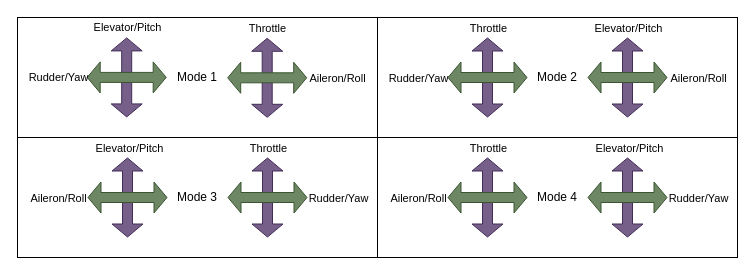
The draw.io diagram src/img/radio_modes.drawio in rumpelst1lzk1n/rumpelst1lzk1n.github.io, before the edit. Source tidied: cells renumbered, new cells numbered last; positions are measured from the earlier drawing's top-left corner, leaving out a move shared by most shapes. Both pictures are drawn from the tidied source at 100%, with x=0, y=0 at pixel (17, 17).
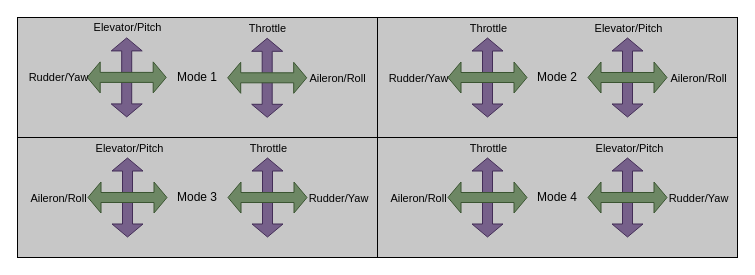
The same page after the edit.

Commit message (it also covers changes not shown here):
add background color

The change refers to these unchanged cells:
```xml
<mxCell id="6" style="shape=flexArrow;endArrow=classic;startArrow=classic;html=1;rounded=0;fillColor=#76608a;endSize=4;startSize=4;arcSize=20;strokeColor=#432D57;" parent="1" edge="1">
  <mxGeometry relative="1" as="geometry">
    <mxPoint x="249.7" y="100.3" as="sourcePoint" />
    <mxPoint x="249.7" y="20.3" as="targetPoint" />
  </mxGeometry>
</mxCell>
<mxCell id="8" style="shape=flexArrow;endArrow=classic;startArrow=classic;html=1;rounded=0;fillColor=#6d8764;endSize=4;startSize=4;arcSize=20;strokeColor=#3A5431;" parent="1" edge="1">
  <mxGeometry relative="1" as="geometry">
    <mxPoint x="209.7" y="60.3" as="sourcePoint" />
    <mxPoint x="289.7" y="60.3" as="targetPoint" />
  </mxGeometry>
</mxCell>
<mxCell id="10" style="shape=flexArrow;endArrow=classic;startArrow=classic;html=1;rounded=0;fillColor=#76608a;endSize=4;startSize=4;arcSize=20;strokeColor=#432D57;" parent="1" edge="1">
  <mxGeometry relative="1" as="geometry">
    <mxPoint x="109.2" y="99.9" as="sourcePoint" />
    <mxPoint x="109.2" y="19.9" as="targetPoint" />
  </mxGeometry>
</mxCell>
<mxCell id="12" style="shape=flexArrow;endArrow=classic;startArrow=classic;html=1;rounded=0;fillColor=#6d8764;endSize=4;startSize=4;arcSize=20;strokeColor=#3A5431;" parent="1" edge="1">
  <mxGeometry relative="1" as="geometry">
    <mxPoint x="69.2" y="59.9" as="sourcePoint" />
    <mxPoint x="149.2" y="59.9" as="targetPoint" />
  </mxGeometry>
</mxCell>
<mxCell id="14" style="shape=flexArrow;endArrow=classic;startArrow=classic;html=1;rounded=0;fillColor=#76608a;endSize=4;startSize=4;arcSize=20;strokeColor=#432D57;" parent="1" edge="1">
  <mxGeometry relative="1" as="geometry">
    <mxPoint x="110" y="220" as="sourcePoint" />
    <mxPoint x="110" y="140" as="targetPoint" />
  </mxGeometry>
</mxCell>
<mxCell id="16" style="shape=flexArrow;endArrow=classic;startArrow=classic;html=1;rounded=0;fillColor=#6d8764;endSize=4;startSize=4;arcSize=20;strokeColor=#3A5431;" parent="1" edge="1">
  <mxGeometry relative="1" as="geometry">
    <mxPoint x="70" y="180" as="sourcePoint" />
    <mxPoint x="150" y="180" as="targetPoint" />
  </mxGeometry>
</mxCell>
<mxCell id="18" style="shape=flexArrow;endArrow=classic;startArrow=classic;html=1;rounded=0;fillColor=#76608a;endSize=4;startSize=4;arcSize=20;strokeColor=#432D57;" parent="1" edge="1">
  <mxGeometry relative="1" as="geometry">
    <mxPoint x="250" y="220" as="sourcePoint" />
    <mxPoint x="250" y="140" as="targetPoint" />
  </mxGeometry>
</mxCell>
<mxCell id="20" style="shape=flexArrow;endArrow=classic;startArrow=classic;html=1;rounded=0;fillColor=#6d8764;endSize=4;startSize=4;arcSize=20;strokeColor=#3A5431;" parent="1" edge="1">
  <mxGeometry relative="1" as="geometry">
    <mxPoint x="210" y="180" as="sourcePoint" />
    <mxPoint x="290" y="180" as="targetPoint" />
  </mxGeometry>
</mxCell>
<mxCell id="22" style="shape=flexArrow;endArrow=classic;startArrow=classic;html=1;rounded=0;fillColor=#76608a;endSize=4;startSize=4;arcSize=20;strokeColor=#432D57;" parent="1" edge="1">
  <mxGeometry relative="1" as="geometry">
    <mxPoint x="470" y="220" as="sourcePoint" />
    <mxPoint x="470" y="140" as="targetPoint" />
  </mxGeometry>
</mxCell>
<mxCell id="24" style="shape=flexArrow;endArrow=classic;startArrow=classic;html=1;rounded=0;fillColor=#6d8764;endSize=4;startSize=4;arcSize=20;strokeColor=#3A5431;" parent="1" edge="1">
  <mxGeometry relative="1" as="geometry">
    <mxPoint x="430" y="180" as="sourcePoint" />
    <mxPoint x="510" y="180" as="targetPoint" />
  </mxGeometry>
</mxCell>
<mxCell id="26" style="shape=flexArrow;endArrow=classic;startArrow=classic;html=1;rounded=0;fillColor=#76608a;endSize=4;startSize=4;arcSize=20;strokeColor=#432D57;" parent="1" edge="1">
  <mxGeometry relative="1" as="geometry">
    <mxPoint x="610" y="220" as="sourcePoint" />
    <mxPoint x="610" y="140" as="targetPoint" />
  </mxGeometry>
</mxCell>
<mxCell id="28" style="shape=flexArrow;endArrow=classic;startArrow=classic;html=1;rounded=0;fillColor=#6d8764;endSize=4;startSize=4;arcSize=20;strokeColor=#3A5431;" parent="1" edge="1">
  <mxGeometry relative="1" as="geometry">
    <mxPoint x="570" y="180" as="sourcePoint" />
    <mxPoint x="650" y="180" as="targetPoint" />
  </mxGeometry>
</mxCell>
<mxCell id="30" style="shape=flexArrow;endArrow=classic;startArrow=classic;html=1;rounded=0;fillColor=#76608a;endSize=4;startSize=4;arcSize=20;strokeColor=#432D57;" parent="1" edge="1">
  <mxGeometry relative="1" as="geometry">
    <mxPoint x="610" y="100" as="sourcePoint" />
    <mxPoint x="610" y="20" as="targetPoint" />
  </mxGeometry>
</mxCell>
<mxCell id="32" style="shape=flexArrow;endArrow=classic;startArrow=classic;html=1;rounded=0;fillColor=#6d8764;endSize=4;startSize=4;arcSize=20;strokeColor=#3A5431;" parent="1" edge="1">
  <mxGeometry relative="1" as="geometry">
    <mxPoint x="570" y="60" as="sourcePoint" />
    <mxPoint x="650" y="60" as="targetPoint" />
  </mxGeometry>
</mxCell>
<mxCell id="34" style="shape=flexArrow;endArrow=classic;startArrow=classic;html=1;rounded=0;fillColor=#76608a;endSize=4;startSize=4;arcSize=20;strokeColor=#432D57;" parent="1" edge="1">
  <mxGeometry relative="1" as="geometry">
    <mxPoint x="470" y="100" as="sourcePoint" />
    <mxPoint x="470" y="20" as="targetPoint" />
  </mxGeometry>
</mxCell>
<mxCell id="36" style="shape=flexArrow;endArrow=classic;startArrow=classic;html=1;rounded=0;fillColor=#6d8764;endSize=4;startSize=4;arcSize=20;strokeColor=#3A5431;" parent="1" edge="1">
  <mxGeometry relative="1" as="geometry">
    <mxPoint x="430" y="60" as="sourcePoint" />
    <mxPoint x="510" y="60" as="targetPoint" />
  </mxGeometry>
</mxCell>
```

Change to the diagram source:
```diff
@@
-    <mxCell id="2" value="Mode 1" style="rounded=0;whiteSpace=wrap;html=1;fillColor=none;" parent="1" vertex="1">
+    <mxCell id="2" value="&lt;font color=&quot;#000000&quot;&gt;Mode 1&lt;/font&gt;" style="rounded=0;whiteSpace=wrap;html=1;fillColor=#C7C7C7;" parent="1" vertex="1">
       <mxGeometry width="360" height="120" as="geometry" />
     </mxCell>
-    <mxCell id="3" value="Mode 4" style="rounded=0;whiteSpace=wrap;html=1;fillColor=none;" parent="1" vertex="1">
+    <mxCell id="3" value="&lt;font color=&quot;#000000&quot;&gt;Mode 4&lt;/font&gt;" style="rounded=0;whiteSpace=wrap;html=1;fillColor=#C7C7C7;" parent="1" vertex="1">
       <mxGeometry x="360" y="120" width="360" height="120" as="geometry" />
     </mxCell>
-    <mxCell id="4" value="Mode 2" style="rounded=0;whiteSpace=wrap;html=1;fillColor=none;" parent="1" vertex="1">
+    <mxCell id="4" value="&lt;font color=&quot;#000000&quot;&gt;Mode 2&lt;/font&gt;" style="rounded=0;whiteSpace=wrap;html=1;fillColor=#C7C7C7;" parent="1" vertex="1">
       <mxGeometry x="360" width="360" height="120" as="geometry" />
     </mxCell>
-    <mxCell id="5" value="Mode 3" style="rounded=0;whiteSpace=wrap;html=1;fillColor=none;" parent="1" vertex="1">
+    <mxCell id="5" value="&lt;font color=&quot;#000000&quot;&gt;Mode 3&lt;/font&gt;" style="rounded=0;whiteSpace=wrap;html=1;fillColor=#C7C7C7;" parent="1" vertex="1">
       <mxGeometry y="120" width="360" height="120" as="geometry" />
     </mxCell>
@@
-    <mxCell id="7" value="Throttle" style="edgeLabel;html=1;align=center;verticalAlign=middle;labelBackgroundColor=none;" parent="6" vertex="1">
+    <mxCell id="7" value="Throttle" style="edgeLabel;html=1;align=center;verticalAlign=middle;labelBackgroundColor=none;fontColor=#000000;" parent="6" vertex="1">
       <mxGeometry x="0.75" y="-2" relative="1" as="geometry">
         <mxPoint x="-2" y="-20" as="offset" />
       </mxGeometry>
     </mxCell>
@@
-    <mxCell id="9" value="Aileron/Roll" style="edgeLabel;html=1;align=center;verticalAlign=middle;labelBackgroundColor=none;" parent="8" vertex="1">
+    <mxCell id="9" value="Aileron/Roll" style="edgeLabel;html=1;align=center;verticalAlign=middle;labelBackgroundColor=none;fontColor=#000000;" parent="8" vertex="1">
       <mxGeometry x="0.56" y="-2" relative="1" as="geometry">
         <mxPoint x="48" y="-2" as="offset" />
       </mxGeometry>
     </mxCell>
@@
-    <mxCell id="11" value="Elevator/Pitch" style="edgeLabel;html=1;align=center;verticalAlign=middle;labelBackgroundColor=none;" parent="10" vertex="1">
+    <mxCell id="11" value="Elevator/Pitch" style="edgeLabel;html=1;align=center;verticalAlign=middle;labelBackgroundColor=none;fontColor=#000000;" parent="10" vertex="1">
       <mxGeometry x="0.77" relative="1" as="geometry">
         <mxPoint y="-19" as="offset" />
       </mxGeometry>
     </mxCell>
@@
-    <mxCell id="13" value="Rudder/Yaw" style="edgeLabel;html=1;align=center;verticalAlign=middle;labelBackgroundColor=none;" parent="12" vertex="1">
+    <mxCell id="13" value="Rudder/Yaw" style="edgeLabel;html=1;align=center;verticalAlign=middle;labelBackgroundColor=none;fontColor=#000000;" parent="12" vertex="1">
       <mxGeometry x="-0.43" relative="1" as="geometry">
         <mxPoint x="-52" as="offset" />
       </mxGeometry>
     </mxCell>
@@
-    <mxCell id="15" value="Elevator/Pitch" style="edgeLabel;html=1;align=center;verticalAlign=middle;labelBackgroundColor=none;" parent="14" vertex="1">
+    <mxCell id="15" value="Elevator/Pitch" style="edgeLabel;html=1;align=center;verticalAlign=middle;labelBackgroundColor=none;fontColor=#000000;" parent="14" vertex="1">
       <mxGeometry x="0.69" y="-1" relative="1" as="geometry">
         <mxPoint y="-22" as="offset" />
       </mxGeometry>
     </mxCell>
@@
-    <mxCell id="17" value="Aileron/Roll" style="edgeLabel;html=1;align=center;verticalAlign=middle;labelBackgroundColor=none;" parent="16" vertex="1">
+    <mxCell id="17" value="Aileron/Roll" style="edgeLabel;html=1;align=center;verticalAlign=middle;labelBackgroundColor=none;fontColor=#000000;" parent="16" vertex="1">
       <mxGeometry x="-0.87" y="-1" relative="1" as="geometry">
         <mxPoint x="-35" y="-1" as="offset" />
       </mxGeometry>
     </mxCell>
@@
-    <mxCell id="19" value="Throttle" style="edgeLabel;html=1;align=center;verticalAlign=middle;labelBackgroundColor=none;" parent="18" vertex="1">
+    <mxCell id="19" value="Throttle" style="edgeLabel;html=1;align=center;verticalAlign=middle;labelBackgroundColor=none;fontColor=#000000;" parent="18" vertex="1">
       <mxGeometry x="0.72" y="-4" relative="1" as="geometry">
         <mxPoint x="-4" y="-21" as="offset" />
       </mxGeometry>
     </mxCell>
@@
-    <mxCell id="21" value="Rudder/Yaw" style="edgeLabel;html=1;align=center;verticalAlign=middle;labelBackgroundColor=none;" parent="20" vertex="1">
+    <mxCell id="21" value="Rudder/Yaw" style="edgeLabel;html=1;align=center;verticalAlign=middle;labelBackgroundColor=none;fontColor=#000000;" parent="20" vertex="1">
       <mxGeometry x="0.79" y="2" relative="1" as="geometry">
         <mxPoint x="38" y="2" as="offset" />
       </mxGeometry>
     </mxCell>
@@
-    <mxCell id="23" value="Throttle" style="edgeLabel;html=1;align=center;verticalAlign=middle;labelBackgroundColor=none;" parent="22" vertex="1">
+    <mxCell id="23" value="Throttle" style="edgeLabel;html=1;align=center;verticalAlign=middle;labelBackgroundColor=none;fontColor=#000000;" parent="22" vertex="1">
       <mxGeometry x="0.77" y="-4" relative="1" as="geometry">
         <mxPoint x="-4" y="-19" as="offset" />
       </mxGeometry>
     </mxCell>
@@
-    <mxCell id="25" value="Aileron/Roll" style="edgeLabel;html=1;align=center;verticalAlign=middle;labelBackgroundColor=none;" parent="24" vertex="1">
+    <mxCell id="25" value="Aileron/Roll" style="edgeLabel;html=1;align=center;verticalAlign=middle;labelBackgroundColor=none;fontColor=#000000;" parent="24" vertex="1">
       <mxGeometry x="-0.78" y="4" relative="1" as="geometry">
         <mxPoint x="-39" y="4" as="offset" />
       </mxGeometry>
     </mxCell>
@@
-    <mxCell id="27" value="Elevator/Pitch" style="edgeLabel;html=1;align=center;verticalAlign=middle;labelBackgroundColor=none;" parent="26" vertex="1">
+    <mxCell id="27" value="Elevator/Pitch" style="edgeLabel;html=1;align=center;verticalAlign=middle;labelBackgroundColor=none;fontColor=#000000;" parent="26" vertex="1">
       <mxGeometry x="0.78" y="-1" relative="1" as="geometry">
         <mxPoint y="-19" as="offset" />
       </mxGeometry>
     </mxCell>
@@
-    <mxCell id="29" value="Rudder/Yaw" style="edgeLabel;html=1;align=center;verticalAlign=middle;labelBackgroundColor=none;" parent="28" vertex="1">
+    <mxCell id="29" value="Rudder/Yaw" style="edgeLabel;html=1;align=center;verticalAlign=middle;labelBackgroundColor=none;fontColor=#000000;" parent="28" vertex="1">
       <mxGeometry x="0.78" y="-1" relative="1" as="geometry">
         <mxPoint x="39" y="-1" as="offset" />
       </mxGeometry>
     </mxCell>
@@
-    <mxCell id="31" value="Elevator/Pitch" style="edgeLabel;html=1;align=center;verticalAlign=middle;labelBackgroundColor=none;" parent="30" vertex="1">
+    <mxCell id="31" value="Elevator/Pitch" style="edgeLabel;html=1;align=center;verticalAlign=middle;labelBackgroundColor=none;fontColor=#000000;" parent="30" vertex="1">
       <mxGeometry x="0.75" y="-3" relative="1" as="geometry">
         <mxPoint x="-3" y="-20" as="offset" />
       </mxGeometry>
     </mxCell>
@@
-    <mxCell id="33" value="Aileron/Roll" style="edgeLabel;html=1;align=center;verticalAlign=middle;labelBackgroundColor=none;" parent="32" vertex="1">
+    <mxCell id="33" value="Aileron/Roll" style="edgeLabel;html=1;align=center;verticalAlign=middle;labelBackgroundColor=none;fontColor=#000000;" parent="32" vertex="1">
       <mxGeometry x="0.33" y="-2" relative="1" as="geometry">
         <mxPoint x="57" y="-2" as="offset" />
       </mxGeometry>
     </mxCell>
@@
-    <mxCell id="35" value="Throttle" style="edgeLabel;html=1;align=center;verticalAlign=middle;labelBackgroundColor=none;" parent="34" vertex="1">
+    <mxCell id="35" value="&lt;font color=&quot;#000000&quot;&gt;Throttle&lt;/font&gt;" style="edgeLabel;html=1;align=center;verticalAlign=middle;labelBackgroundColor=none;" parent="34" vertex="1">
       <mxGeometry x="0.77" y="-5" relative="1" as="geometry">
         <mxPoint x="-5" y="-19" as="offset" />
       </mxGeometry>
     </mxCell>
@@
-    <mxCell id="37" value="Rudder/Yaw" style="edgeLabel;html=1;align=center;verticalAlign=middle;labelBackgroundColor=none;" parent="36" vertex="1">
+    <mxCell id="37" value="Rudder/Yaw" style="edgeLabel;html=1;align=center;verticalAlign=middle;labelBackgroundColor=none;fontColor=#00000;" parent="36" vertex="1">
       <mxGeometry x="-0.72" y="-1" relative="1" as="geometry">
         <mxPoint x="-41" y="-1" as="offset" />
       </mxGeometry>
     </mxCell>
```
